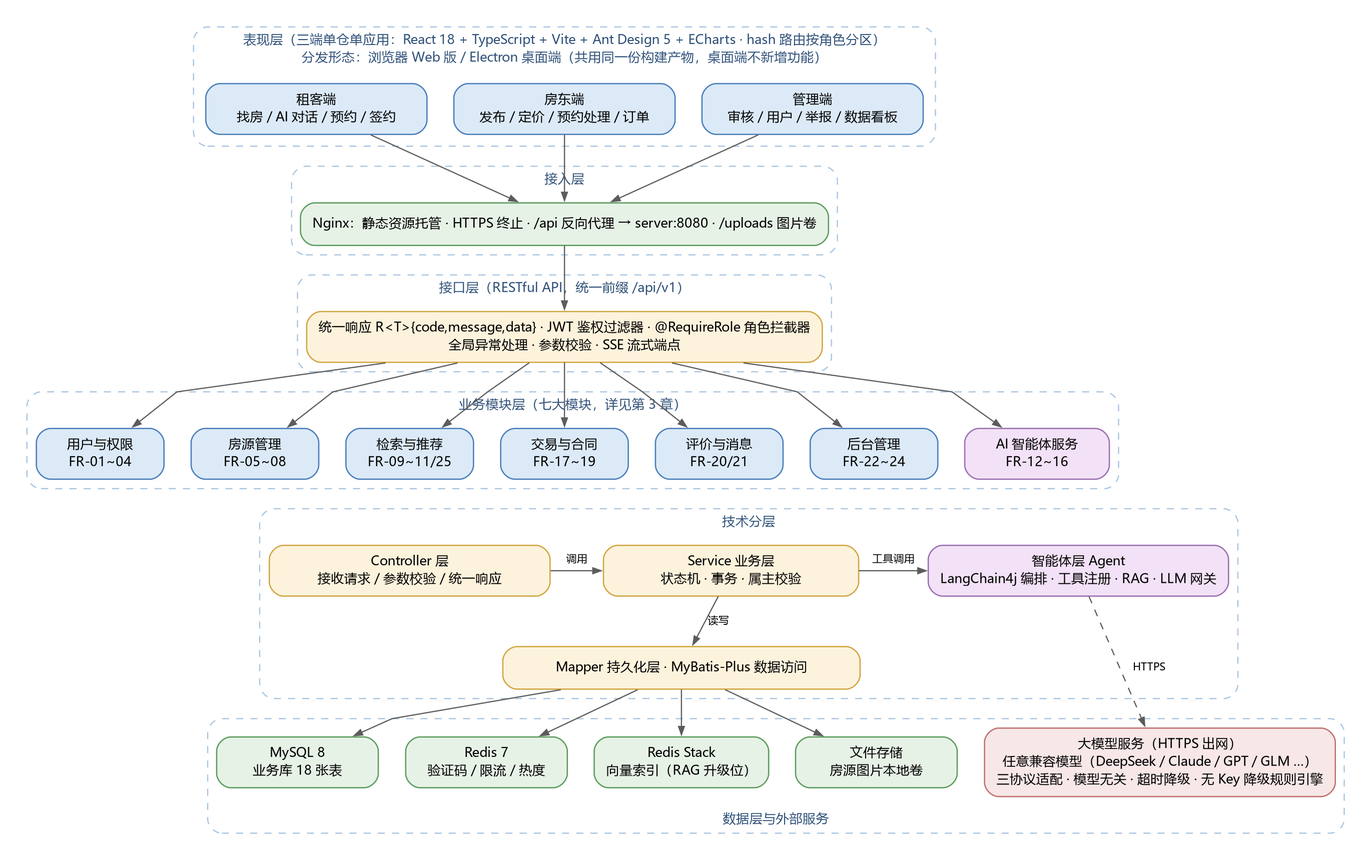
chuanshanjia666/RentAgent keeps this Graphviz diagram as doc/03.概要设计/assets/figures/fig_2_1_system.png. Above is the earlier version. Its source is kept beside it as doc/03.概要设计/assets/figures/fig_2_1_system.dot. The source it was exported from:
```dot
digraph system {
  rankdir=TB; splines=polyline; nodesep=0.32; ranksep=0.40;

  graph [fontname="Microsoft YaHei", bgcolor="white", margin=0.15];
  node  [fontname="Microsoft YaHei", fontsize=11, shape=box, style="filled,rounded",
         fillcolor="#eef4fb", color="#4a7ebb", penwidth=1.1, margin="0.14,0.09"];
  edge  [fontname="Microsoft YaHei", fontsize=9, color="#5c5c5c", penwidth=1.0, arrowsize=0.7];

  node [width=2.05, height=0.5];

  subgraph cluster_pres {
    label="表现层（三端单仓单应用：React 18 + TypeScript + Vite + Ant Design 5 + ECharts · hash 路由按角色分区）\n分发形态：浏览器 Web 版 / Electron 桌面端（共用同一份构建产物，桌面端不新增功能）";
    fontsize=11; fontcolor="#31527a"; style="rounded,dashed"; color="#a8c4e0"; margin=10;
    t1 [label="租客端\n找房 / AI 对话 / 预约 / 签约", fillcolor="#dceaf8", width=2.6];
    t2 [label="房东端\n发布 / 定价 / 预约处理 / 订单", fillcolor="#dceaf8", width=2.6];
    t3 [label="管理端\n审核 / 用户 / 举报 / 数据看板", fillcolor="#dceaf8", width=2.6];
    {rank=same; t1; t2; t3;}
  }

  subgraph cluster_gate {
    label="接入层"; fontsize=11; fontcolor="#31527a"; style="rounded,dashed";
    color="#a8c4e0"; margin=8;
    ng [label="Nginx：静态资源托管 · HTTPS 终止 · /api 反向代理 → server:8080 · /uploads 图片卷",
        fillcolor="#e7f2e7", color="#5c9c5c", width=5.6];
  }

  subgraph cluster_api {
    label="接口层（RESTful API，统一前缀 /api/v1）"; fontsize=11; fontcolor="#31527a";
    style="rounded,dashed"; color="#a8c4e0"; margin=8;
    api [label="统一响应 R&lt;T&gt;{code,message,data} · JWT 鉴权过滤器 · @RequireRole 角色拦截器\n全局异常处理 · 参数校验 · SSE 流式端点",
         fillcolor="#fdf3dc", color="#d1a542", width=5.6];
  }

  subgraph cluster_biz {
    label="业务模块层（七大模块，详见第 3 章）"; fontsize=11; fontcolor="#31527a";
    style="rounded,dashed"; color="#a8c4e0"; margin=8;
    m1 [label="用户与权限\nFR-01~04", fillcolor="#dceaf8", width=1.5];
    m2 [label="房源管理\nFR-05~08", fillcolor="#dceaf8", width=1.5];
    m3 [label="检索与推荐\nFR-09~11/25", fillcolor="#dceaf8", width=1.5];
    m4 [label="交易与合同\nFR-17~19", fillcolor="#dceaf8", width=1.5];
    m5 [label="评价与消息\nFR-20/21", fillcolor="#dceaf8", width=1.5];
    m6 [label="后台管理\nFR-22~24", fillcolor="#dceaf8", width=1.5];
    m7 [label="AI 智能体服务\nFR-12~16", fillcolor="#f3e2f7", color="#9b6fb0", width=1.7];
    {rank=same; m1; m2; m3; m4; m5; m6; m7;}
  }

  subgraph cluster_tech {
    label="技术分层"; fontsize=11; fontcolor="#31527a";
    style="rounded,dashed"; color="#a8c4e0"; margin=8;
    l1 [label="Controller 层\n接收请求 / 参数校验 / 统一响应", fillcolor="#fdf3dc", color="#d1a542", width=3.3];
    l2 [label="Service 业务层\n状态机 · 事务 · 属主校验", fillcolor="#fdf3dc", color="#d1a542", width=3.0];
    l3 [label="智能体层 Agent\nLangChain4j 编排 · 工具注册 · RAG · LLM 网关", fillcolor="#f3e2f7", color="#9b6fb0", width=3.4];
    l4 [label="Mapper 持久化层 · MyBatis-Plus 数据访问", fillcolor="#fdf3dc", color="#d1a542", width=4.2];
    {rank=same; l1; l2; l3;}
  }

  subgraph cluster_data {
    label="数据层与外部服务"; fontsize=11; fontcolor="#31527a"; labelloc="b";
    style="rounded,dashed"; color="#a8c4e0"; margin=8;
    d1 [label="MySQL 8\n业务库 18 张表", fillcolor="#e7f2e7", color="#5c9c5c", width=1.9];
    d2 [label="Redis 7\n验证码 / 限流 / 热度", fillcolor="#e7f2e7", color="#5c9c5c", width=1.9];
    d3 [label="Redis Stack\n向量索引（RAG 升级位）", fillcolor="#e7f2e7", color="#5c9c5c", width=1.9];
    d4 [label="文件存储\n房源图片本地卷", fillcolor="#e7f2e7", color="#5c9c5c", width=1.9];
    ex [label="大模型服务（HTTPS 出网）\n任意兼容模型（DeepSeek / Claude / GPT / GLM …）\n三协议适配 · 模型无关 · 超时降级 · 无 Key 降级规则引擎",
        fillcolor="#f7e7e7", color="#c07070", width=3.1];
    {rank=same; d1; d2; d3; d4; ex;}
  }

  t1 -> ng;  t2 -> ng;  t3 -> ng;
  ng  -> api;
  api -> m1; api -> m2; api -> m3; api -> m4; api -> m5; api -> m6; api -> m7;
  m1 -> l1 [style=invis]; m2 -> l1 [style=invis]; m3 -> l1 [style=invis];
  m4 -> l1 [style=invis]; m5 -> l1 [style=invis]; m6 -> l1 [style=invis];
  m7 -> l3 [style=invis];

  l1 -> l2 [label="调用"];
  l2 -> l3 [label="工具调用"];
  l2 -> l4 [label="读写"];
  l4 -> d1; l4 -> d2; l4 -> d3; l4 -> d4;
  l3 -> ex [label="HTTPS", style=dashed];
}
```
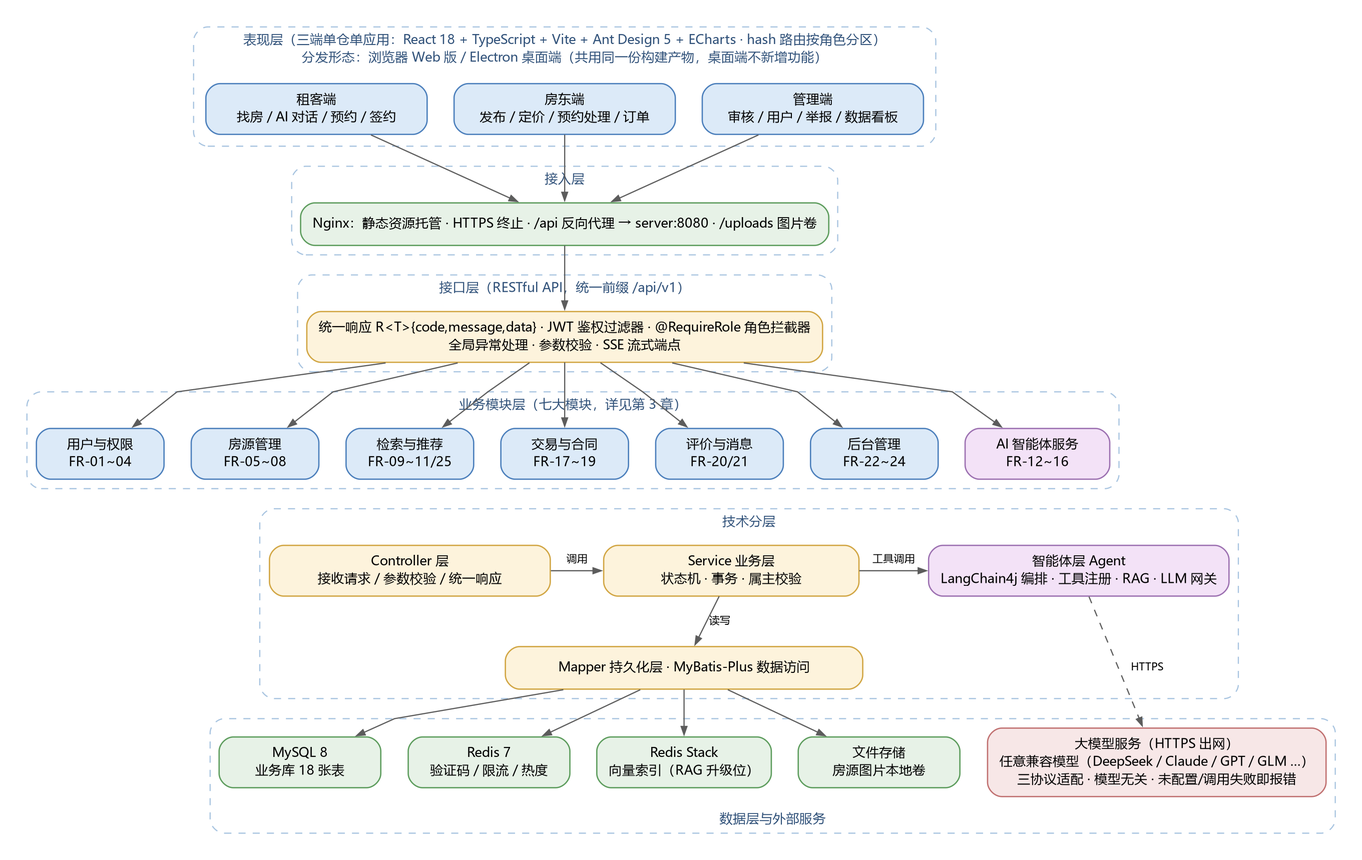
The same file after the commit.

The edit, as a diff of the source:
```diff
@@ -61,7 +61,7 @@
     d2 [label="Redis 7\n验证码 / 限流 / 热度", fillcolor="#e7f2e7", color="#5c9c5c", width=1.9];
     d3 [label="Redis Stack\n向量索引（RAG 升级位）", fillcolor="#e7f2e7", color="#5c9c5c", width=1.9];
     d4 [label="文件存储\n房源图片本地卷", fillcolor="#e7f2e7", color="#5c9c5c", width=1.9];
-    ex [label="大模型服务（HTTPS 出网）\n任意兼容模型（DeepSeek / Claude / GPT / GLM …）\n三协议适配 · 模型无关 · 超时降级 · 无 Key 降级规则引擎",
+    ex [label="大模型服务（HTTPS 出网）\n任意兼容模型（DeepSeek / Claude / GPT / GLM …）\n三协议适配 · 模型无关 · 未配置/调用失败即报错",
         fillcolor="#f7e7e7", color="#c07070", width=3.1];
     {rank=same; d1; d2; d3; d4; ex;}
   }
```
